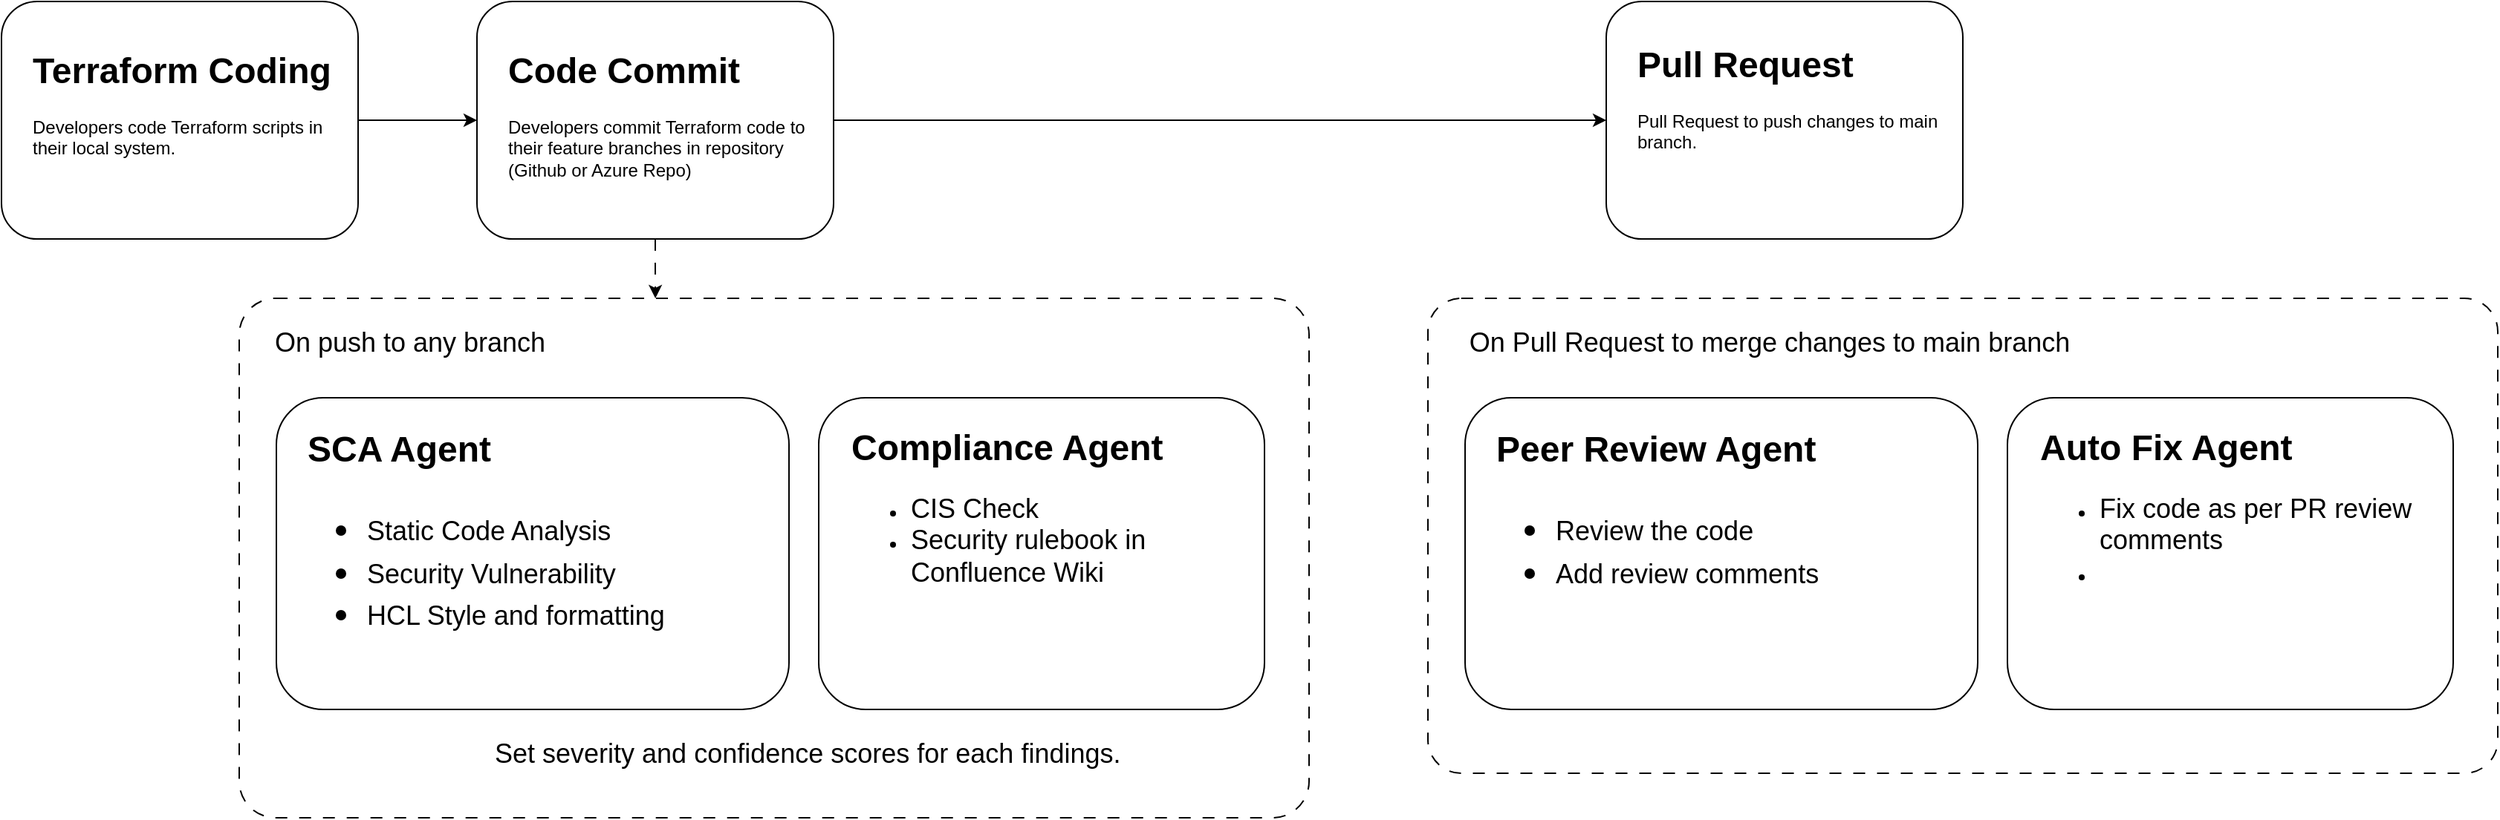
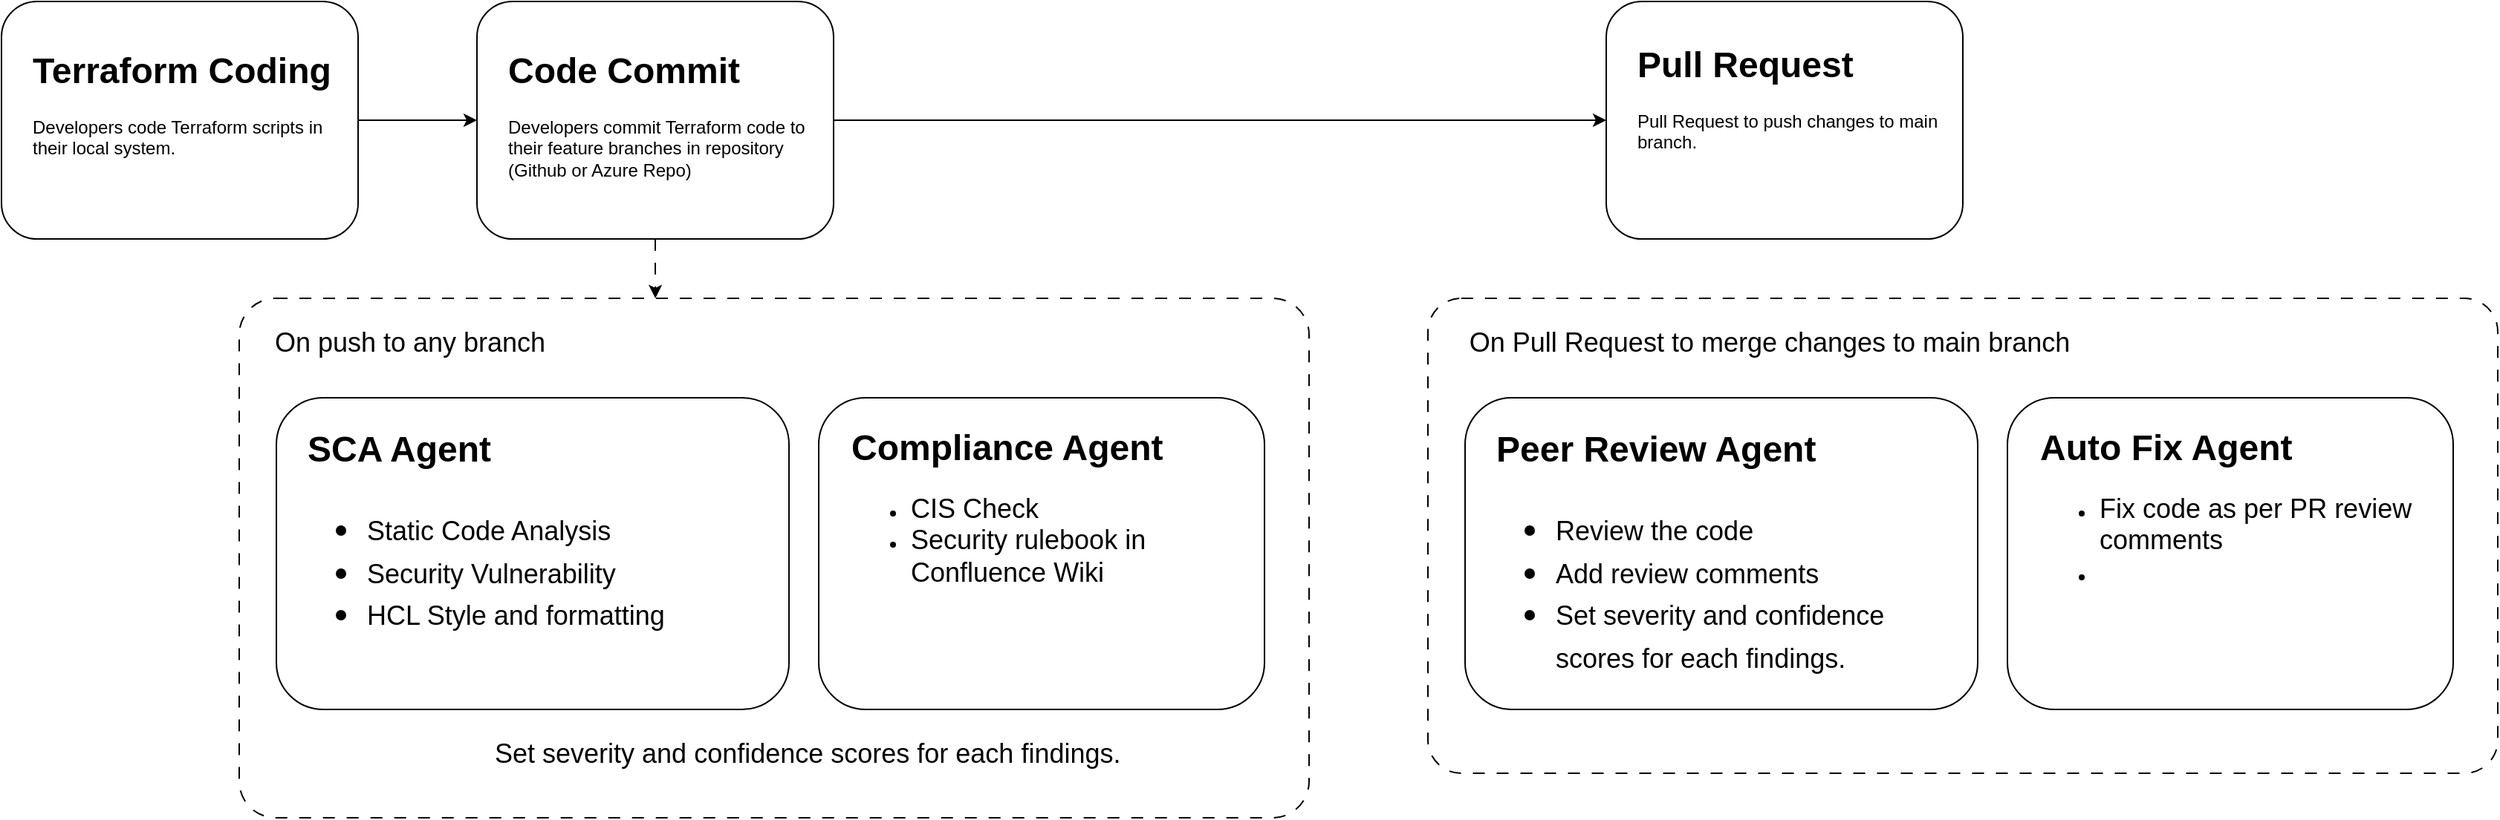
<mxfile host="app.diagrams.net">
  <diagram name="Page-1" id="llQ14HlxIDWXj9B5HY60">
    <mxGraphModel dx="1006" dy="638" grid="1" gridSize="10" guides="1" tooltips="1" connect="1" arrows="1" fold="1" page="1" pageScale="1" pageWidth="850" pageHeight="1100" math="0" shadow="0">
      <root>
        <mxCell id="0" />
        <mxCell id="1" parent="0" />
        <mxCell id="IWc9zJM8tDhvkjJ2dRjy-13" edge="1" parent="1" source="oJW8UGhNAXkty13G2p3x-1" style="edgeStyle=orthogonalEdgeStyle;rounded=0;orthogonalLoop=1;jettySize=auto;html=1;entryX=0;entryY=0.5;entryDx=0;entryDy=0;" target="IWc9zJM8tDhvkjJ2dRjy-1">
          <mxGeometry relative="1" as="geometry" />
        </mxCell>
        <mxCell id="oJW8UGhNAXkty13G2p3x-1" parent="1" style="rounded=1;whiteSpace=wrap;html=1;" value="" vertex="1">
          <mxGeometry height="160" width="240" x="440" y="200" as="geometry" />
        </mxCell>
        <mxCell id="oJW8UGhNAXkty13G2p3x-3" parent="1" style="text;html=1;whiteSpace=wrap;overflow=hidden;rounded=0;" value="&lt;h1 style=&quot;margin-top: 0px;&quot;&gt;Code Commit&lt;/h1&gt;&lt;p&gt;Developers commit Terraform code to their feature branches in repository (Github or Azure Repo)&lt;/p&gt;" vertex="1">
          <mxGeometry height="100" width="210" x="459" y="226" as="geometry" />
        </mxCell>
        <mxCell id="IWc9zJM8tDhvkjJ2dRjy-1" parent="1" style="rounded=1;whiteSpace=wrap;html=1;" value="" vertex="1">
          <mxGeometry height="160" width="240" x="1200" y="200" as="geometry" />
        </mxCell>
        <mxCell id="IWc9zJM8tDhvkjJ2dRjy-2" parent="1" style="text;html=1;whiteSpace=wrap;overflow=hidden;rounded=0;" value="&lt;h1 style=&quot;margin-top: 0px;&quot;&gt;Pull Request&lt;/h1&gt;&lt;p&gt;Pull Request to push changes to main branch.&lt;/p&gt;" vertex="1">
          <mxGeometry height="100" width="210" x="1219" y="222" as="geometry" />
        </mxCell>
        <mxCell id="IWc9zJM8tDhvkjJ2dRjy-12" edge="1" parent="1" source="IWc9zJM8tDhvkjJ2dRjy-3" style="edgeStyle=orthogonalEdgeStyle;rounded=0;orthogonalLoop=1;jettySize=auto;html=1;exitX=1;exitY=0.5;exitDx=0;exitDy=0;entryX=0;entryY=0.5;entryDx=0;entryDy=0;" target="oJW8UGhNAXkty13G2p3x-1">
          <mxGeometry relative="1" as="geometry" />
        </mxCell>
        <mxCell id="IWc9zJM8tDhvkjJ2dRjy-3" parent="1" style="rounded=1;whiteSpace=wrap;html=1;" value="" vertex="1">
          <mxGeometry height="160" width="240" x="120" y="200" as="geometry" />
        </mxCell>
        <mxCell id="IWc9zJM8tDhvkjJ2dRjy-4" parent="1" style="text;html=1;whiteSpace=wrap;overflow=hidden;rounded=0;" value="&lt;h1 style=&quot;margin-top: 0px;&quot;&gt;Terraform Coding&lt;/h1&gt;&lt;p&gt;Developers code Terraform scripts in their local system.&lt;/p&gt;" vertex="1">
          <mxGeometry height="100" width="210" x="139" y="226" as="geometry" />
        </mxCell>
        <mxCell id="IWc9zJM8tDhvkjJ2dRjy-5" parent="1" style="rounded=1;whiteSpace=wrap;html=1;arcSize=7;dashed=1;dashPattern=8 8;" value="" vertex="1">
          <mxGeometry height="350" width="720" x="280" y="400" as="geometry" />
        </mxCell>
        <mxCell id="IWc9zJM8tDhvkjJ2dRjy-6" parent="1" style="text;html=1;whiteSpace=wrap;strokeColor=none;fillColor=none;align=center;verticalAlign=middle;rounded=0;" value="&lt;font style=&quot;font-size: 18px;&quot;&gt;On push to any branch&lt;/font&gt;" vertex="1">
          <mxGeometry height="30" width="210" x="290" y="415" as="geometry" />
        </mxCell>
        <mxCell id="IWc9zJM8tDhvkjJ2dRjy-7" parent="1" style="rounded=1;whiteSpace=wrap;html=1;" value="" vertex="1">
          <mxGeometry height="210" width="345" x="305" y="467" as="geometry" />
        </mxCell>
        <mxCell id="IWc9zJM8tDhvkjJ2dRjy-8" parent="1" style="text;html=1;whiteSpace=wrap;overflow=hidden;rounded=0;" value="&lt;h1 style=&quot;margin-top: 0px;&quot;&gt;SCA Agent&lt;/h1&gt;&lt;h1 style=&quot;margin-top: 0px;&quot;&gt;&lt;p style=&quot;font-size: 12px; font-weight: 400;&quot;&gt;&lt;/p&gt;&lt;ul&gt;&lt;li&gt;&lt;span style=&quot;font-size: 18px; font-weight: normal;&quot;&gt;Static Code Analysis&lt;/span&gt;&lt;/li&gt;&lt;li&gt;&lt;span style=&quot;font-size: 18px; font-weight: normal;&quot;&gt;Security Vulnerability&lt;/span&gt;&lt;/li&gt;&lt;li&gt;&lt;span style=&quot;font-size: 18px; font-weight: normal;&quot;&gt;HCL Style and formatting&lt;/span&gt;&lt;/li&gt;&lt;/ul&gt;&lt;p&gt;&lt;/p&gt;&lt;/h1&gt;" vertex="1">
          <mxGeometry height="183" width="306" x="324" y="481" as="geometry" />
        </mxCell>
        <mxCell id="IWc9zJM8tDhvkjJ2dRjy-9" parent="1" style="rounded=1;whiteSpace=wrap;html=1;" value="" vertex="1">
          <mxGeometry height="210" width="300" x="670" y="467" as="geometry" />
        </mxCell>
        <mxCell id="IWc9zJM8tDhvkjJ2dRjy-10" parent="1" style="text;html=1;whiteSpace=wrap;overflow=hidden;rounded=0;" value="&lt;h1 style=&quot;margin-top: 0px;&quot;&gt;Compliance Agent&lt;/h1&gt;&lt;p&gt;&lt;/p&gt;&lt;ul&gt;&lt;li&gt;&lt;span style=&quot;font-size: 18px;&quot;&gt;CIS Check&lt;/span&gt;&lt;/li&gt;&lt;li&gt;&lt;span style=&quot;font-size: 18px;&quot;&gt;Security rulebook in Confluence Wiki&lt;/span&gt;&lt;/li&gt;&lt;/ul&gt;&lt;p&gt;&lt;/p&gt;" vertex="1">
          <mxGeometry height="180" width="269" x="690" y="480" as="geometry" />
        </mxCell>
        <mxCell id="IWc9zJM8tDhvkjJ2dRjy-11" edge="1" parent="1" source="oJW8UGhNAXkty13G2p3x-1" style="edgeStyle=orthogonalEdgeStyle;rounded=0;orthogonalLoop=1;jettySize=auto;html=1;exitX=0.5;exitY=1;exitDx=0;exitDy=0;entryX=0.389;entryY=0;entryDx=0;entryDy=0;entryPerimeter=0;dashed=1;dashPattern=8 8;" target="IWc9zJM8tDhvkjJ2dRjy-5">
          <mxGeometry relative="1" as="geometry" />
        </mxCell>
        <mxCell id="IWc9zJM8tDhvkjJ2dRjy-14" parent="1" style="rounded=1;whiteSpace=wrap;html=1;arcSize=7;dashed=1;dashPattern=8 8;" value="" vertex="1">
          <mxGeometry height="320" width="720" x="1080" y="400" as="geometry" />
        </mxCell>
        <mxCell id="IWc9zJM8tDhvkjJ2dRjy-15" parent="1" style="text;html=1;whiteSpace=wrap;strokeColor=none;fillColor=none;align=center;verticalAlign=middle;rounded=0;" value="&lt;font style=&quot;font-size: 18px;&quot;&gt;On Pull Request to merge changes to main branch&lt;/font&gt;" vertex="1">
          <mxGeometry height="30" width="440" x="1090" y="415" as="geometry" />
        </mxCell>
        <mxCell id="IWc9zJM8tDhvkjJ2dRjy-16" parent="1" style="rounded=1;whiteSpace=wrap;html=1;" value="" vertex="1">
          <mxGeometry height="210" width="345" x="1105" y="467" as="geometry" />
        </mxCell>
-         <mxCell id="IWc9zJM8tDhvkjJ2dRjy-17" parent="1" style="text;html=1;whiteSpace=wrap;overflow=hidden;rounded=0;" value="&lt;h1 style=&quot;margin-top: 0px;&quot;&gt;Peer Review Agent&lt;/h1&gt;&lt;h1 style=&quot;margin-top: 0px;&quot;&gt;&lt;p style=&quot;font-size: 12px; font-weight: 400;&quot;&gt;&lt;/p&gt;&lt;ul&gt;&lt;li&gt;&lt;span style=&quot;font-size: 18px; font-weight: 400;&quot;&gt;Review the code&lt;/span&gt;&lt;/li&gt;&lt;li&gt;&lt;span style=&quot;font-size: 18px; font-weight: 400;&quot;&gt;Add review comments&lt;/span&gt;&lt;/li&gt;&lt;/ul&gt;&lt;p&gt;&lt;/p&gt;&lt;/h1&gt;" vertex="1">
-           <mxGeometry height="129" width="306" x="1124" y="481" as="geometry" />
+         <mxCell id="IWc9zJM8tDhvkjJ2dRjy-17" parent="1" style="text;html=1;whiteSpace=wrap;overflow=hidden;rounded=0;" value="&lt;h1 style=&quot;margin-top: 0px;&quot;&gt;Peer Review Agent&lt;/h1&gt;&lt;h1 style=&quot;margin-top: 0px;&quot;&gt;&lt;p style=&quot;font-size: 12px; font-weight: 400;&quot;&gt;&lt;/p&gt;&lt;ul&gt;&lt;li&gt;&lt;span style=&quot;font-size: 18px; font-weight: 400;&quot;&gt;Review the code&lt;/span&gt;&lt;/li&gt;&lt;li&gt;&lt;span style=&quot;font-size: 18px; font-weight: 400;&quot;&gt;Add review comments&lt;/span&gt;&lt;/li&gt;&lt;li&gt;&lt;span style=&quot;font-size: 18px; font-weight: 400;&quot;&gt;Set severity and confidence scores for each findings.&lt;/span&gt;&lt;/li&gt;&lt;/ul&gt;&lt;p&gt;&lt;/p&gt;&lt;/h1&gt;" vertex="1">
+           <mxGeometry height="179" width="306" x="1124" y="481" as="geometry" />
        </mxCell>
        <mxCell id="IWc9zJM8tDhvkjJ2dRjy-18" parent="1" style="rounded=1;whiteSpace=wrap;html=1;" value="" vertex="1">
          <mxGeometry height="210" width="300" x="1470" y="467" as="geometry" />
        </mxCell>
        <mxCell id="IWc9zJM8tDhvkjJ2dRjy-19" parent="1" style="text;html=1;whiteSpace=wrap;overflow=hidden;rounded=0;" value="&lt;h1 style=&quot;margin-top: 0px;&quot;&gt;Auto Fix Agent&lt;/h1&gt;&lt;p&gt;&lt;/p&gt;&lt;ul&gt;&lt;li&gt;&lt;span style=&quot;font-size: 18px;&quot;&gt;Fix code as per PR review comments&lt;/span&gt;&lt;/li&gt;&lt;li&gt;&lt;span style=&quot;font-size: 18px;&quot;&gt;&lt;br&gt;&lt;/span&gt;&lt;/li&gt;&lt;/ul&gt;&lt;p&gt;&lt;/p&gt;" vertex="1">
          <mxGeometry height="127" width="269" x="1490" y="480" as="geometry" />
        </mxCell>
        <mxCell id="IWc9zJM8tDhvkjJ2dRjy-20" parent="1" style="text;whiteSpace=wrap;fontSize=18;" value="Set severity and confidence scores for each findings." vertex="1">
          <mxGeometry height="40" width="440" x="450" y="690" as="geometry" />
        </mxCell>
      </root>
    </mxGraphModel>
  </diagram>
</mxfile>
